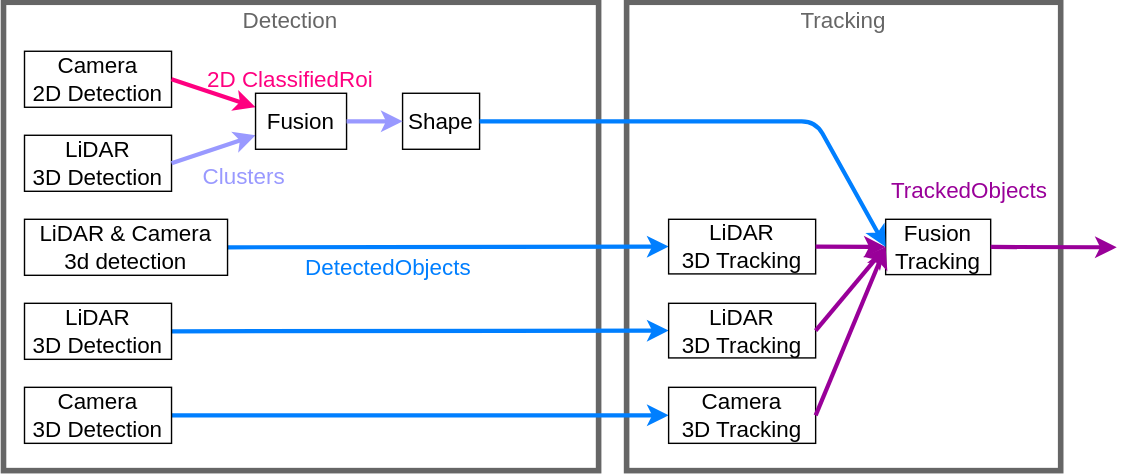
Earlier version of the draw.io export perception/figure/perception_pipeline_original.drawio.svg (scepter914/autoware-architecture-proposal). Source tidied: cells renumbered, new cells last; positions are measured from the earlier drawing's top-left corner, leaving out a move shared by most shapes.
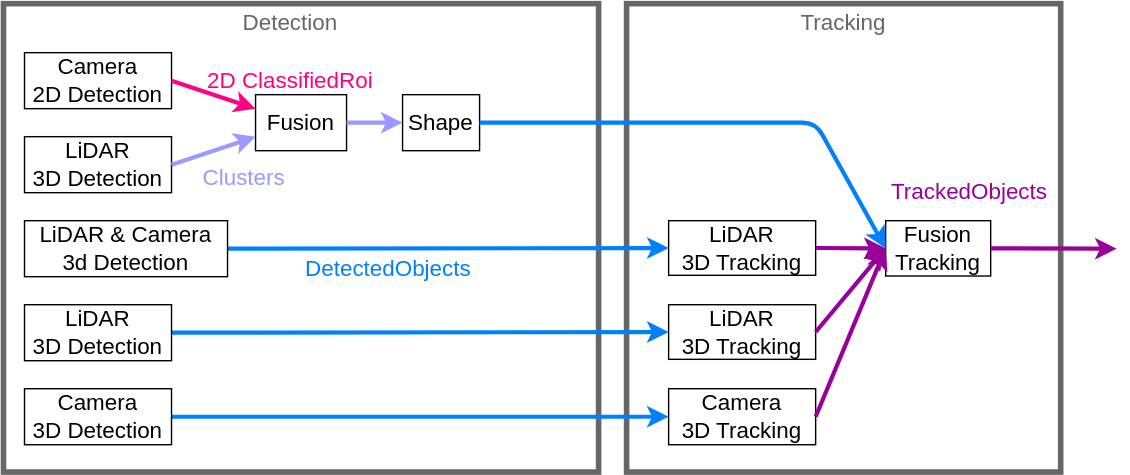
Later version of the same file.

Diff of the diagram source:
```diff
@@ -47,7 +47,7 @@
     <mxCell id="16" style="endArrow=classic;html=1;strokeWidth=3;fillColor=#60a917;strokeColor=#9999FF;exitX=1;exitY=0.5;exitDx=0;exitDy=0;entryX=0;entryY=0.5;entryDx=0;entryDy=0;" parent="1" edge="1" source="13" target="14">
       <mxGeometry relative="1" as="geometry" />
     </mxCell>
-    <mxCell id="17" value="&lt;font style=&quot;font-size: 16px&quot;&gt;LiDAR &amp;amp; Camera&amp;nbsp;&lt;br&gt;3d detection&lt;br&gt;&lt;/font&gt;" style="rounded=0;whiteSpace=wrap;html=1;" parent="1" vertex="1">
+    <mxCell id="17" value="&lt;font style=&quot;font-size: 16px&quot;&gt;LiDAR &amp;amp; Camera&amp;nbsp;&lt;br&gt;3d Detection&lt;br&gt;&lt;/font&gt;" style="rounded=0;whiteSpace=wrap;html=1;" parent="1" vertex="1">
       <mxGeometry x="15" y="155" width="145" height="40" as="geometry" />
     </mxCell>
     <mxCell id="18" value="&lt;font style=&quot;font-size: 16px&quot;&gt;LiDAR&lt;br&gt;3D Detection&lt;br&gt;&lt;/font&gt;" style="rounded=0;whiteSpace=wrap;html=1;" parent="1" vertex="1">
```
